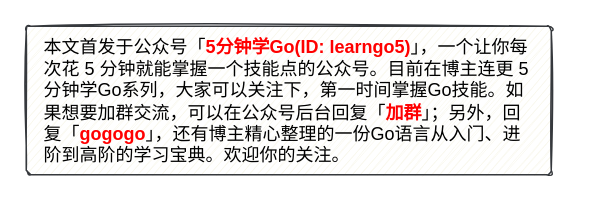
Earlier version of the draw.io diagram gostart.drawio (ctimbai/draw.io). Source tidied: cells renumbered, new cells numbered last; positions are measured from the earlier drawing's top-left corner, leaving out a move shared by most shapes. Both pictures are drawn from the tidied source at 150%, with x=0, y=0 at pixel (26, 26).
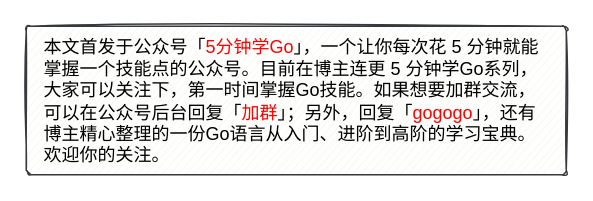
After the change.

Change to the diagram source:
```diff
@@
 <mxGraphModel>
   <root>
     <mxCell id="0" />
     <mxCell id="1" parent="0" />
     <mxCell id="2" style="rounded=1;whiteSpace=wrap;html=1;arcSize=3;strokeWidth=1;glass=0;shadow=0;sketch=1;fillColor=#f9f7ed;strokeColor=#36393d;" parent="1" vertex="1">
-      <mxGeometry width="350" height="99" as="geometry" />
+      <mxGeometry width="360" height="99" as="geometry" />
     </mxCell>
-    <mxCell id="3" value="本文首发于公众号「&lt;font color=&quot;#ff0000&quot;&gt;&lt;b&gt;5分钟学Go(ID: learngo5)&lt;/b&gt;&lt;/font&gt;」，一个让你每次花 5 分钟就能掌握一个技能点的公众号。目前在博主连更 5 分钟学Go系列，大家可以关注下，第一时间掌握Go技能。如果想要加群交流，可以在公众号后台回复「&lt;font color=&quot;#ff0000&quot;&gt;&lt;b&gt;加群&lt;/b&gt;&lt;/font&gt;」；另外，回复「&lt;font color=&quot;#ff0000&quot;&gt;&lt;b&gt;gogogo&lt;/b&gt;&lt;/font&gt;」，还有博主精心整理的一份Go语言从入门、进阶到高阶的学习宝典。欢迎你的关注。" style="text;html=1;strokeColor=none;fillColor=none;align=left;verticalAlign=middle;whiteSpace=wrap;rounded=0;shadow=0;glass=0;sketch=1;" parent="1" vertex="1">
-      <mxGeometry x="10" y="34.5" width="330" height="30" as="geometry" />
+    <mxCell id="3" value="本文首发于公众号「&lt;font color=&quot;#ff0000&quot;&gt;5分钟学Go&lt;/font&gt;」，一个让你每次花 5 分钟就能掌握一个技能点的公众号。目前在博主连更 5 分钟学Go系列，大家可以关注下，第一时间掌握Go技能。如果想要加群交流，可以在公众号后台回复「&lt;font color=&quot;#ff0000&quot;&gt;加群&lt;/font&gt;」；另外，回复「&lt;font color=&quot;#ff0000&quot;&gt;gogogo&lt;/font&gt;」，还有博主精心整理的一份Go语言从入门、进阶到高阶的学习宝典。欢迎你的关注。" style="text;html=1;strokeColor=none;fillColor=none;align=left;verticalAlign=middle;whiteSpace=wrap;rounded=0;shadow=0;glass=0;sketch=1;" parent="1" vertex="1">
+      <mxGeometry x="10" y="34.5" width="340" height="30" as="geometry" />
     </mxCell>
   </root>
 </mxGraphModel>
```
